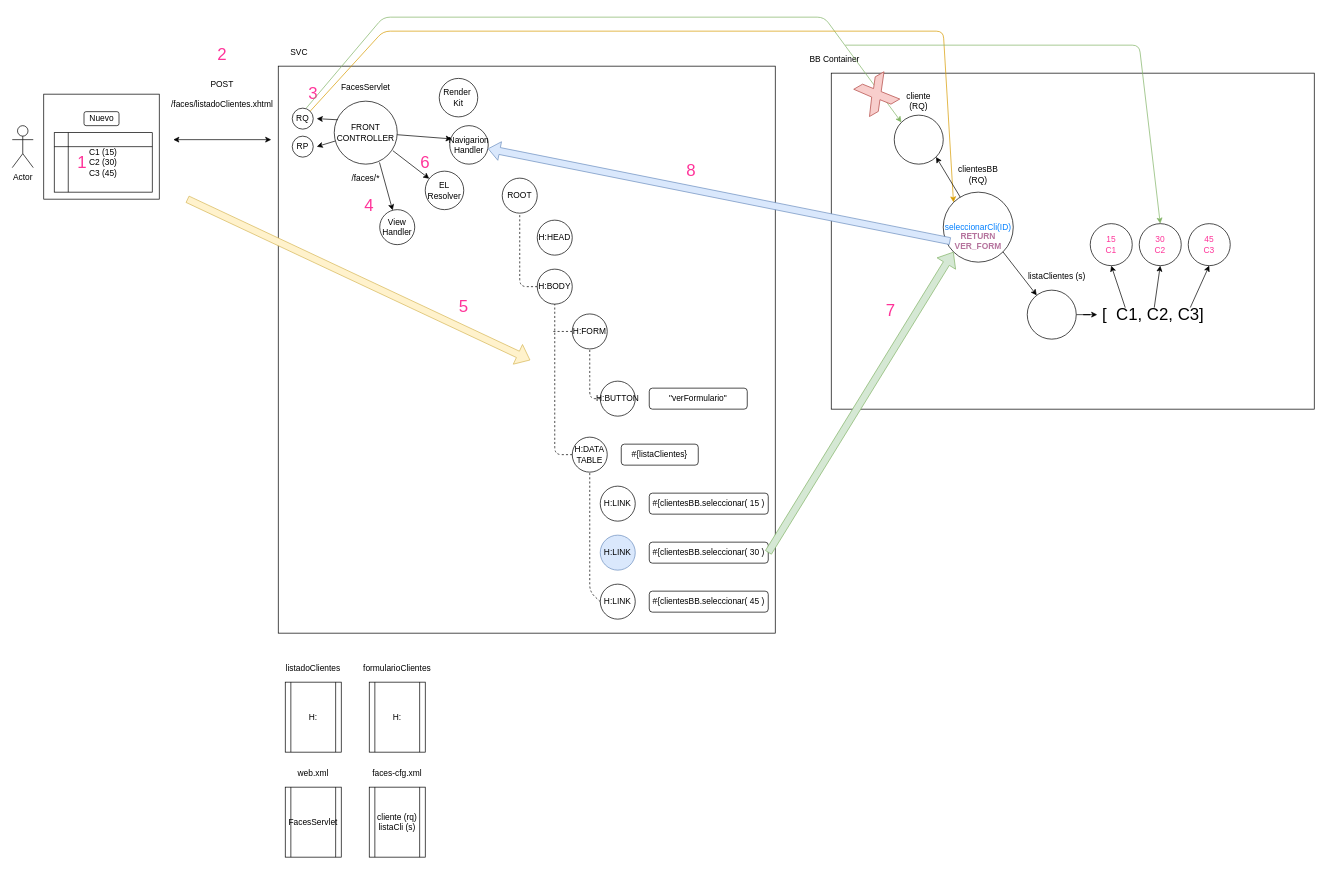
Before: page "Página-9" (9 of 11) of diagramas.drawio in lrag/JSF, a draw.io diagram. Source tidied: cells renumbered, new cells numbered last; positions are measured from the earlier drawing's top-left corner, leaving out a move shared by most shapes. Both pictures are drawn from the tidied source at 70%, with x=0, y=0 at pixel (12, 17).
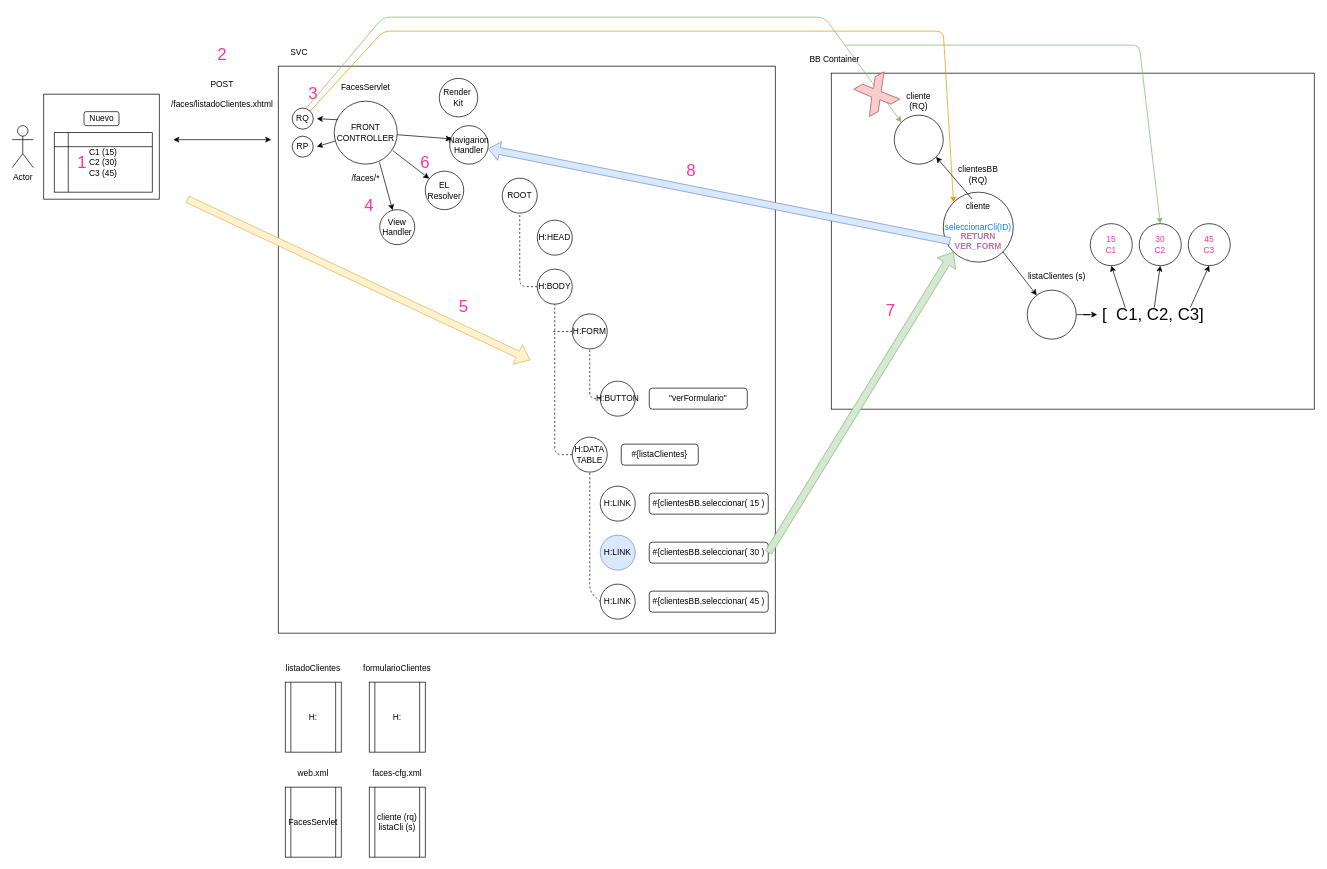
The same diagram, later.

The change refers to these unchanged cells:
```xml
<mxCell id="68" value="&lt;font color=&quot;#007fff&quot;&gt;seleccionarCli(ID)&lt;/font&gt;" style="ellipse;whiteSpace=wrap;html=1;fillColor=none;fontColor=#FF3399;" parent="1" vertex="1">
  <mxGeometry x="1330" y="250" width="100" height="100" as="geometry" />
</mxCell>
<mxCell id="69" style="ellipse;whiteSpace=wrap;html=1;fillColor=none;fontColor=#FF3399;" parent="1" vertex="1">
  <mxGeometry x="1260" y="140" width="70" height="70" as="geometry" />
</mxCell>
```

The edit, as a diff of the source:
```diff
@@
-    <mxCell id="74" style="endArrow=classic;html=1;fontColor=#FF3399;entryX=1;entryY=1;entryDx=0;entryDy=0;" parent="1" edge="1" source="68" target="69">
+    <mxCell id="74" style="endArrow=classic;html=1;fontColor=#FF3399;entryX=1;entryY=1;entryDx=0;entryDy=0;" parent="1" edge="1" source="85" target="69">
       <mxGeometry relative="1" as="geometry" />
     </mxCell>
@@
+    <mxCell id="85" value="cliente" style="text;html=1;strokeColor=none;fillColor=none;align=center;verticalAlign=middle;whiteSpace=wrap;rounded=0;" parent="1" vertex="1">
+      <mxGeometry x="1360" y="260" width="40" height="20" as="geometry" />
+    </mxCell>
```
